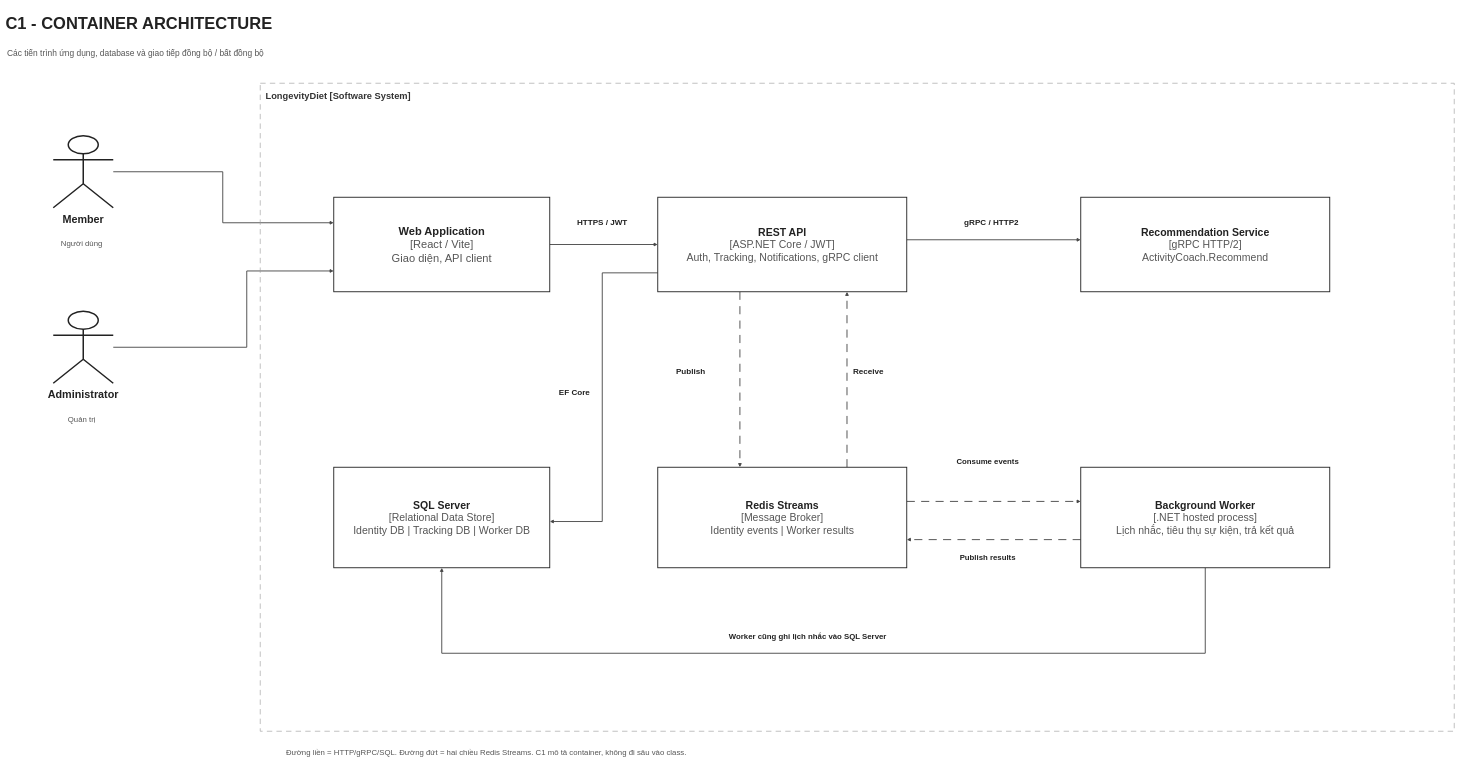
Above: docs/assignment/one-page/02-c1-container-architecture.drawio in YAHsaveme/FPTUSE_LongevityDiet (draw.io), before the change. Source tidied: cells renumbered, new cells numbered last; positions are measured from the earlier drawing's top-left corner, leaving out a move shared by most shapes. Both pictures are drawn from the tidied source at 30%, with x=0, y=0 at pixel (5, 5).
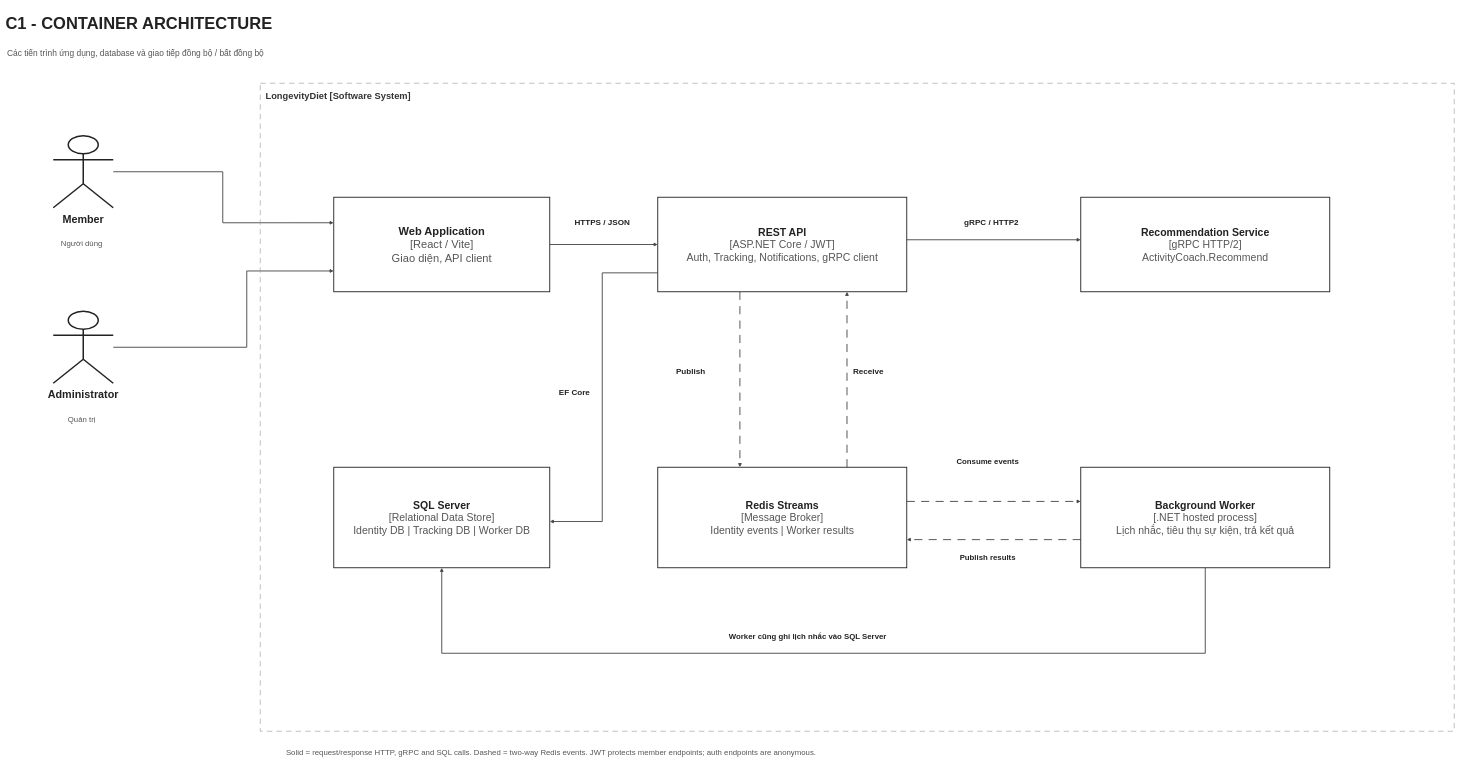
After the change.

Change to the diagram source:
```diff
@@
-    <mxCell id="27" value="HTTPS / JWT" style="text;html=1;whiteSpace=wrap;fillColor=none;strokeColor=none;fontColor=#222222;fontFamily=Arial;fontSize=27;fontStyle=1;align=center;verticalAlign=middle;spacing=1;" parent="1" vertex="1">
+    <mxCell id="27" value="HTTPS / JSON" style="text;html=1;whiteSpace=wrap;fillColor=none;strokeColor=none;fontColor=#222222;fontFamily=Arial;fontSize=27;fontStyle=1;align=center;verticalAlign=middle;spacing=1;" parent="1" vertex="1">
       <mxGeometry x="1835" y="693" width="310" height="60" as="geometry" />
     </mxCell>
@@
-    <mxCell id="35" value="Đường liền = HTTP/gRPC/SQL. Đường đứt = hai chiều Redis Streams. C1 mô tả container, không đi sâu vào class." style="text;html=1;whiteSpace=wrap;fillColor=none;strokeColor=none;fontColor=#555555;fontFamily=Arial;fontSize=26;fontStyle=0;align=left;verticalAlign=middle;spacing=1;" parent="1" vertex="1">
+    <mxCell id="35" value="Solid = request/response HTTP, gRPC and SQL calls. Dashed = two-way Redis events. JWT protects member endpoints; auth endpoints are anonymous." style="text;html=1;whiteSpace=wrap;fillColor=none;strokeColor=none;fontColor=#555555;fontFamily=Arial;fontSize=26;fontStyle=0;align=left;verticalAlign=middle;spacing=1;" parent="1" vertex="1">
       <mxGeometry x="935" y="2450" width="3770" height="80" as="geometry" />
     </mxCell>
```
